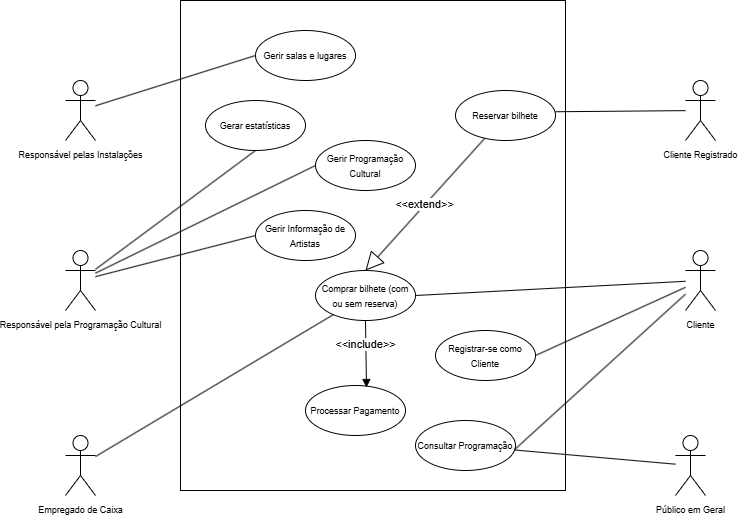
This is UML_Casos.drawio.png from leorsd/ESOF_UML, a draw.io export, as it was before one commit. Source tidied: cells renumbered, new cells last; positions are measured from the earlier drawing's top-left corner, leaving out a move shared by most shapes.
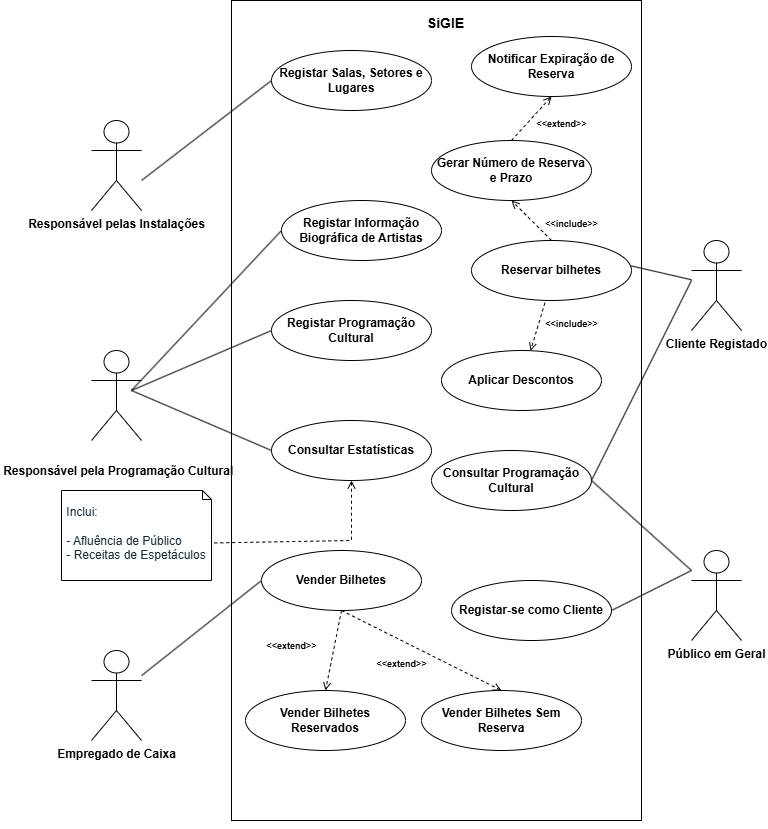
Later version of the same file.

Change to the diagram source:
```diff
@@ -2,89 +2,149 @@
   <root>
     <mxCell id="0" />
     <mxCell id="1" parent="0" />
-    <mxCell id="2" style="rounded=0;whiteSpace=wrap;html=1;direction=south;" parent="1" vertex="1">
-      <mxGeometry x="115" width="385" height="490" as="geometry" />
+    <mxCell id="2" style="rounded=0;whiteSpace=wrap;html=1;direction=south;labelBackgroundColor=none;" parent="1" vertex="1">
+      <mxGeometry x="140" y="150" width="410" height="820" as="geometry" />
     </mxCell>
-    <mxCell id="3" value="&lt;font style=&quot;font-size: 9px;&quot;&gt;Responsável pelas Instalações&lt;/font&gt;" style="shape=umlActor;verticalLabelPosition=bottom;verticalAlign=top;html=1;outlineConnect=0;" parent="1" vertex="1">
-      <mxGeometry y="80" width="30" height="60" as="geometry" />
+    <mxCell id="3" value="&lt;font&gt;&lt;b&gt;Responsável pelas Instalações&lt;/b&gt;&lt;/font&gt;" style="shape=umlActor;verticalLabelPosition=bottom;verticalAlign=top;html=1;outlineConnect=0;labelBackgroundColor=none;" parent="1" vertex="1">
+      <mxGeometry y="270" width="50" height="90" as="geometry" />
     </mxCell>
-    <mxCell id="4" value="&lt;font style=&quot;font-size: 9px;&quot;&gt;Responsável pela Programação Cultural&lt;/font&gt;" style="shape=umlActor;verticalLabelPosition=bottom;verticalAlign=top;html=1;outlineConnect=0;" parent="1" vertex="1">
-      <mxGeometry y="250" width="30" height="60" as="geometry" />
+    <mxCell id="4" value="&lt;h5&gt;&lt;font style=&quot;font-size: 12px;&quot;&gt;&amp;nbsp;Responsável pela Programação Cultural&lt;/font&gt;&lt;/h5&gt;" style="shape=umlActor;verticalLabelPosition=bottom;verticalAlign=top;html=1;outlineConnect=0;labelBackgroundColor=none;align=center;" parent="1" vertex="1">
+      <mxGeometry y="500" width="50" height="90" as="geometry" />
     </mxCell>
-    <mxCell id="5" value="&lt;font style=&quot;font-size: 9px;&quot;&gt;Cliente&lt;/font&gt;" style="shape=umlActor;verticalLabelPosition=bottom;verticalAlign=top;html=1;outlineConnect=0;" parent="1" vertex="1">
-      <mxGeometry x="620" y="250" width="30" height="60" as="geometry" />
-    </mxCell>
-    <mxCell id="6" value="&lt;font style=&quot;font-size: 9px;&quot;&gt;Empregado de Caixa&lt;/font&gt;" style="shape=umlActor;verticalLabelPosition=bottom;verticalAlign=top;html=1;outlineConnect=0;" parent="1" vertex="1">
-      <mxGeometry y="435" width="30" height="60" as="geometry" />
+    <mxCell id="6" value="&lt;font&gt;&lt;b&gt;Empregado de Caixa&lt;/b&gt;&lt;/font&gt;" style="shape=umlActor;verticalLabelPosition=bottom;verticalAlign=top;html=1;outlineConnect=0;labelBackgroundColor=none;" parent="1" vertex="1">
+      <mxGeometry y="800" width="50" height="90" as="geometry" />
     </mxCell>
-    <mxCell id="7" value="&lt;font style=&quot;font-size: 9px;&quot;&gt;Público em Geral&lt;/font&gt;" style="shape=umlActor;verticalLabelPosition=bottom;verticalAlign=top;html=1;outlineConnect=0;" parent="1" vertex="1">
-      <mxGeometry x="610" y="435" width="30" height="60" as="geometry" />
+    <mxCell id="7" value="&lt;font&gt;&lt;b&gt;Público em Geral&lt;/b&gt;&lt;/font&gt;" style="shape=umlActor;verticalLabelPosition=bottom;verticalAlign=top;html=1;outlineConnect=0;labelBackgroundColor=none;" parent="1" vertex="1">
+      <mxGeometry x="600" y="700" width="50" height="90" as="geometry" />
     </mxCell>
-    <mxCell id="8" value="&lt;font style=&quot;font-size: 9px;&quot;&gt;Gerir salas e lugares&lt;/font&gt;" style="ellipse;whiteSpace=wrap;html=1;" parent="1" vertex="1">
-      <mxGeometry x="190" y="30" width="100" height="50" as="geometry" />
+    <mxCell id="8" value="&lt;font&gt;&lt;b&gt;Registar Salas, Setores e Lugares&lt;/b&gt;&lt;/font&gt;" style="ellipse;whiteSpace=wrap;html=1;labelBackgroundColor=none;" parent="1" vertex="1">
+      <mxGeometry x="180" y="200" width="160" height="60" as="geometry" />
     </mxCell>
-    <mxCell id="9" value="&lt;font style=&quot;font-size: 9px;&quot;&gt;Gerir Programação Cultural&lt;/font&gt;" style="ellipse;whiteSpace=wrap;html=1;" parent="1" vertex="1">
-      <mxGeometry x="250" y="140" width="100" height="50" as="geometry" />
+    <mxCell id="9" value="&lt;font&gt;&lt;b&gt;Registar Programação Cultural&lt;/b&gt;&lt;/font&gt;" style="ellipse;whiteSpace=wrap;html=1;labelBackgroundColor=none;" parent="1" vertex="1">
+      <mxGeometry x="180" y="450" width="160" height="60" as="geometry" />
     </mxCell>
-    <mxCell id="10" value="&lt;font style=&quot;font-size: 9px;&quot;&gt;Gerir Informação de Artistas&lt;/font&gt;" style="ellipse;whiteSpace=wrap;html=1;" parent="1" vertex="1">
-      <mxGeometry x="190" y="210" width="100" height="50" as="geometry" />
+    <mxCell id="10" value="&lt;font&gt;&lt;b&gt;Registar Informação Biográfica de Artistas&lt;/b&gt;&lt;/font&gt;" style="ellipse;whiteSpace=wrap;html=1;labelBackgroundColor=none;" parent="1" vertex="1">
+      <mxGeometry x="190" y="350" width="160" height="60" as="geometry" />
     </mxCell>
-    <mxCell id="11" value="&lt;font style=&quot;font-size: 9px;&quot;&gt;Consultar Programação&lt;/font&gt;" style="ellipse;whiteSpace=wrap;html=1;" parent="1" vertex="1">
-      <mxGeometry x="350" y="420" width="100" height="50" as="geometry" />
-    </mxCell>
-    <mxCell id="12" value="&lt;font style=&quot;font-size: 9px;&quot;&gt;Registrar-se como Cliente&lt;/font&gt;" style="ellipse;whiteSpace=wrap;html=1;" parent="1" vertex="1">
-      <mxGeometry x="370" y="330" width="100" height="50" as="geometry" />
+    <mxCell id="12" value="&lt;font&gt;&lt;b style=&quot;&quot;&gt;Registar-se como Cliente&lt;/b&gt;&lt;/font&gt;" style="ellipse;whiteSpace=wrap;html=1;labelBackgroundColor=none;" parent="1" vertex="1">
+      <mxGeometry x="360" y="730" width="160" height="60" as="geometry" />
     </mxCell>
-    <mxCell id="13" value="&lt;font style=&quot;font-size: 9px;&quot;&gt;Reservar bilhete&lt;/font&gt;" style="ellipse;whiteSpace=wrap;html=1;" parent="1" vertex="1">
-      <mxGeometry x="390" y="90" width="100" height="50" as="geometry" />
+    <mxCell id="13" value="&lt;font&gt;&lt;b&gt;Reservar bilhetes&lt;/b&gt;&lt;/font&gt;" style="ellipse;whiteSpace=wrap;html=1;labelBackgroundColor=none;" parent="1" vertex="1">
+      <mxGeometry x="380" y="390" width="160" height="60" as="geometry" />
     </mxCell>
-    <mxCell id="14" value="&lt;font style=&quot;font-size: 9px;&quot;&gt;Comprar bilhete (com ou sem reserva)&lt;/font&gt;" style="ellipse;whiteSpace=wrap;html=1;" parent="1" vertex="1">
-      <mxGeometry x="250" y="270" width="100" height="50" as="geometry" />
-    </mxCell>
-    <mxCell id="15" value="&lt;font style=&quot;font-size: 9px;&quot;&gt;Gerar estatísticas&lt;/font&gt;" style="ellipse;whiteSpace=wrap;html=1;" parent="1" vertex="1">
-      <mxGeometry x="140" y="100" width="100" height="50" as="geometry" />
+    <mxCell id="15" value="&lt;font&gt;&lt;b&gt;Consultar Estatísticas&lt;/b&gt;&lt;/font&gt;" style="ellipse;whiteSpace=wrap;html=1;labelBackgroundColor=none;" parent="1" vertex="1">
+      <mxGeometry x="180" y="570" width="160" height="60" as="geometry" />
     </mxCell>
-    <mxCell id="16" style="endArrow=none;html=1;rounded=0;entryX=0;entryY=0.5;entryDx=0;entryDy=0;" parent="1" edge="1" source="3" target="8">
-      <mxGeometry relative="1" as="geometry" />
+    <mxCell id="16" style="endArrow=none;html=1;rounded=0;entryX=0;entryY=0.5;entryDx=0;entryDy=0;labelBackgroundColor=none;fontColor=default;" parent="1" edge="1" target="8">
+      <mxGeometry relative="1" as="geometry">
+        <mxPoint x="50" y="330" as="sourcePoint" />
+      </mxGeometry>
     </mxCell>
-    <mxCell id="17" style="endArrow=none;html=1;rounded=0;exitX=0;exitY=0.5;exitDx=0;exitDy=0;" parent="1" edge="1" source="9" target="4">
-      <mxGeometry relative="1" as="geometry" />
+    <mxCell id="17" style="endArrow=none;html=1;rounded=0;exitX=0;exitY=0.5;exitDx=0;exitDy=0;labelBackgroundColor=none;fontColor=default;" parent="1" edge="1" source="9">
+      <mxGeometry relative="1" as="geometry">
+        <mxPoint x="40" y="540" as="targetPoint" />
+      </mxGeometry>
     </mxCell>
-    <mxCell id="18" style="endArrow=none;html=1;rounded=0;exitX=0;exitY=0.5;exitDx=0;exitDy=0;" parent="1" edge="1" source="10" target="4">
-      <mxGeometry relative="1" as="geometry" />
+    <mxCell id="18" style="endArrow=none;html=1;rounded=0;exitX=0;exitY=0.5;exitDx=0;exitDy=0;labelBackgroundColor=none;fontColor=default;" parent="1" edge="1" source="10">
+      <mxGeometry relative="1" as="geometry">
+        <mxPoint x="40" y="540" as="targetPoint" />
+      </mxGeometry>
     </mxCell>
-    <mxCell id="19" style="endArrow=none;html=1;rounded=0;entryX=0.992;entryY=0.59;entryDx=0;entryDy=0;entryPerimeter=0;" parent="1" edge="1" source="7" target="11">
-      <mxGeometry relative="1" as="geometry" />
+    <mxCell id="19" style="endArrow=none;html=1;rounded=0;entryX=1;entryY=0.5;entryDx=0;entryDy=0;labelBackgroundColor=none;fontColor=default;" parent="1" edge="1" target="32">
+      <mxGeometry relative="1" as="geometry">
+        <mxPoint x="600" y="720" as="sourcePoint" />
+      </mxGeometry>
     </mxCell>
-    <mxCell id="20" style="endArrow=none;html=1;rounded=0;exitX=1;exitY=0.5;exitDx=0;exitDy=0;" parent="1" edge="1" source="12" target="5">
-      <mxGeometry relative="1" as="geometry" />
-    </mxCell>
-    <mxCell id="21" value="&lt;font style=&quot;font-size: 9px;&quot;&gt;Cliente Registrado&lt;/font&gt;" style="shape=umlActor;verticalLabelPosition=bottom;verticalAlign=top;html=1;outlineConnect=0;" parent="1" vertex="1">
-      <mxGeometry x="620" y="80" width="30" height="60" as="geometry" />
+    <mxCell id="21" value="&lt;font&gt;&lt;b&gt;Cliente Registado&lt;/b&gt;&lt;/font&gt;" style="shape=umlActor;verticalLabelPosition=bottom;verticalAlign=top;html=1;outlineConnect=0;labelBackgroundColor=none;" parent="1" vertex="1">
+      <mxGeometry x="600" y="390" width="50" height="90" as="geometry" />
     </mxCell>
-    <mxCell id="22" style="endArrow=none;html=1;rounded=0;entryX=1;entryY=0.425;entryDx=0;entryDy=0;entryPerimeter=0;" parent="1" edge="1" source="21" target="13">
+    <mxCell id="22" style="endArrow=none;html=1;rounded=0;entryX=1;entryY=0.425;entryDx=0;entryDy=0;entryPerimeter=0;labelBackgroundColor=none;fontColor=default;" parent="1" edge="1" source="21" target="13">
       <mxGeometry relative="1" as="geometry" />
     </mxCell>
-    <mxCell id="23" style="endArrow=none;html=1;rounded=0;exitX=1;exitY=0.5;exitDx=0;exitDy=0;" parent="1" edge="1" source="14" target="5">
-      <mxGeometry relative="1" as="geometry" />
-    </mxCell>
-    <mxCell id="24" style="endArrow=none;html=1;rounded=0;" parent="1" edge="1" source="6" target="14">
+    <mxCell id="24" style="endArrow=none;html=1;rounded=0;labelBackgroundColor=none;fontColor=default;entryX=0;entryY=0.5;entryDx=0;entryDy=0;" parent="1" edge="1" source="6" target="30">
       <mxGeometry relative="1" as="geometry" />
     </mxCell>
-    <mxCell id="25" style="endArrow=none;html=1;rounded=0;entryX=0.5;entryY=1;entryDx=0;entryDy=0;" parent="1" edge="1" source="4" target="15">
-      <mxGeometry relative="1" as="geometry" />
+    <mxCell id="25" style="endArrow=none;html=1;rounded=0;entryX=0;entryY=0.5;entryDx=0;entryDy=0;labelBackgroundColor=none;fontColor=default;" parent="1" edge="1" target="15">
+      <mxGeometry relative="1" as="geometry">
+        <mxPoint x="40" y="540" as="sourcePoint" />
+      </mxGeometry>
     </mxCell>
-    <mxCell id="26" value="&lt;font style=&quot;font-size: 9px;&quot;&gt;Processar Pagamento&lt;/font&gt;" style="ellipse;whiteSpace=wrap;html=1;" parent="1" vertex="1">
-      <mxGeometry x="240" y="385" width="100" height="50" as="geometry" />
-    </mxCell>
-    <mxCell id="27" value="&amp;lt;&amp;lt;extend&amp;gt;&amp;gt;" style="endArrow=block;endSize=16;endFill=0;html=1;rounded=0;entryX=0.5;entryY=0;entryDx=0;entryDy=0;" parent="1" edge="1" source="13" target="14">
-      <mxGeometry relative="1" as="geometry" />
-    </mxCell>
-    <mxCell id="28" value="&amp;lt;&amp;lt;include&amp;gt;&amp;gt;" style="html=1;verticalAlign=bottom;endArrow=block;curved=0;rounded=0;exitX=0.5;exitY=1;exitDx=0;exitDy=0;entryX=0.61;entryY=0.04;entryDx=0;entryDy=0;entryPerimeter=0;" parent="1" edge="1" source="14" target="26">
-      <mxGeometry relative="1" as="geometry" />
-    </mxCell>
-    <mxCell id="29" style="endArrow=none;html=1;rounded=0;exitX=0.993;exitY=0.578;exitDx=0;exitDy=0;exitPerimeter=0;" parent="1" edge="1" source="11" target="5">
-      <mxGeometry relative="1" as="geometry" />
-    </mxCell>
+    <mxCell id="30" value="&lt;font&gt;&lt;b&gt;Vender Bilhetes&lt;/b&gt;&lt;/font&gt;" style="ellipse;whiteSpace=wrap;html=1;labelBackgroundColor=none;" parent="1" vertex="1">
+      <mxGeometry x="170" y="700" width="160" height="60" as="geometry" />
+    </mxCell>
+    <mxCell id="31" style="edgeStyle=orthogonalEdgeStyle;rounded=0;orthogonalLoop=1;jettySize=auto;html=1;exitX=1;exitY=0.5;exitDx=0;exitDy=0;fontColor=default;labelBackgroundColor=none;" parent="1" edge="1" source="2" target="2">
+      <mxGeometry relative="1" as="geometry" />
+    </mxCell>
+    <mxCell id="32" value="&lt;b&gt;Consultar Programação Cultural&lt;/b&gt;" style="ellipse;whiteSpace=wrap;html=1;labelBackgroundColor=none;" parent="1" vertex="1">
+      <mxGeometry x="340" y="600" width="160" height="60" as="geometry" />
+    </mxCell>
+    <mxCell id="33" value="&lt;b&gt;Aplicar Descontos&lt;/b&gt;" style="ellipse;whiteSpace=wrap;html=1;labelBackgroundColor=none;" parent="1" vertex="1">
+      <mxGeometry x="350" y="500" width="160" height="60" as="geometry" />
+    </mxCell>
+    <mxCell id="34" value="&lt;b&gt;Gerar Número de Reserva e Prazo&lt;/b&gt;" style="ellipse;whiteSpace=wrap;html=1;labelBackgroundColor=none;" parent="1" vertex="1">
+      <mxGeometry x="340" y="290" width="160" height="60" as="geometry" />
+    </mxCell>
+    <mxCell id="35" style="endArrow=open;dashed=1;endFill=0;html=1;rounded=0;fontColor=default;exitX=0.459;exitY=1.038;exitDx=0;exitDy=0;exitPerimeter=0;labelBackgroundColor=none;" parent="1" edge="1" source="13" target="33">
+      <mxGeometry relative="1" as="geometry" />
+    </mxCell>
+    <mxCell id="36" value="&lt;font style=&quot;font-size: 9px;&quot;&gt;&amp;lt;&amp;lt;include&amp;gt;&amp;gt;&lt;/font&gt;" style="text;align=center;fontStyle=1;verticalAlign=middle;spacingLeft=3;spacingRight=3;strokeColor=none;html=1;labelBackgroundColor=none;" parent="1" vertex="1">
+      <mxGeometry x="440" y="460" width="80" height="26" as="geometry" />
+    </mxCell>
+    <mxCell id="37" value="&lt;div style=&quot;text-align: left;&quot;&gt;&lt;span style=&quot;background-color: transparent; color: light-dark(rgb(24, 46, 62), rgb(185, 204, 218));&quot;&gt;Inclui:&lt;/span&gt;&lt;/div&gt;&lt;div style=&quot;text-align: left;&quot;&gt;&lt;span style=&quot;background-color: transparent; color: light-dark(rgb(24, 46, 62), rgb(185, 204, 218));&quot;&gt;&amp;nbsp;&lt;/span&gt;&lt;/div&gt;&lt;div style=&quot;text-align: left;&quot;&gt;&lt;span style=&quot;background-color: transparent; color: light-dark(rgb(24, 46, 62), rgb(185, 204, 218));&quot; class=&quot;hljs-deletion&quot;&gt;- Afluência de Público&lt;/span&gt;&lt;span style=&quot;background-color: transparent; color: light-dark(rgb(24, 46, 62), rgb(185, 204, 218));&quot;&gt;&lt;br&gt;&lt;/span&gt;&lt;span style=&quot;background-color: transparent; color: light-dark(rgb(24, 46, 62), rgb(185, 204, 218));&quot; class=&quot;hljs-deletion&quot;&gt;- Receitas de Espetáculos&lt;/span&gt;&lt;/div&gt;" style="shape=note2;boundedLbl=1;whiteSpace=wrap;html=1;size=9;verticalAlign=top;align=center;labelBackgroundColor=none;" parent="1" vertex="1">
+      <mxGeometry x="-30" y="640" width="150" height="90" as="geometry" />
+    </mxCell>
+    <mxCell id="38" style="endArrow=none;dashed=1;endFill=0;html=1;rounded=0;fontColor=default;startFill=0;entryX=0;entryY=0;entryDx=150;entryDy=52.5;entryPerimeter=0;labelBackgroundColor=none;startArrow=open;" parent="1" edge="1" source="15" target="37">
+      <mxGeometry relative="1" as="geometry">
+        <Array as="points">
+          <mxPoint x="260" y="690" />
+        </Array>
+      </mxGeometry>
+    </mxCell>
+    <mxCell id="39" style="endArrow=open;dashed=1;endFill=0;html=1;rounded=0;fontColor=default;exitX=0.5;exitY=0;exitDx=0;exitDy=0;labelBackgroundColor=none;entryX=0.5;entryY=1;entryDx=0;entryDy=0;" parent="1" edge="1" source="13" target="34">
+      <mxGeometry relative="1" as="geometry" />
+    </mxCell>
+    <mxCell id="40" value="&lt;font style=&quot;font-size: 9px;&quot;&gt;&amp;lt;&amp;lt;include&amp;gt;&amp;gt;&lt;/font&gt;" style="text;align=center;fontStyle=1;verticalAlign=middle;spacingLeft=3;spacingRight=3;strokeColor=none;html=1;labelBackgroundColor=none;" parent="1" vertex="1">
+      <mxGeometry x="440" y="360" width="80" height="26" as="geometry" />
+    </mxCell>
+    <mxCell id="41" value="&lt;font&gt;&lt;b&gt;Vender Bilhetes Reservados&lt;/b&gt;&lt;/font&gt;" style="ellipse;whiteSpace=wrap;html=1;labelBackgroundColor=none;" parent="1" vertex="1">
+      <mxGeometry x="154" y="840" width="160" height="60" as="geometry" />
+    </mxCell>
+    <mxCell id="42" value="&lt;font&gt;&lt;b&gt;Vender Bilhetes Sem Reserva&lt;/b&gt;&lt;/font&gt;" style="ellipse;whiteSpace=wrap;html=1;labelBackgroundColor=none;" parent="1" vertex="1">
+      <mxGeometry x="330" y="840" width="160" height="60" as="geometry" />
+    </mxCell>
+    <mxCell id="43" style="endArrow=open;dashed=1;endFill=0;html=1;rounded=0;fontColor=default;exitX=0.5;exitY=1;exitDx=0;exitDy=0;labelBackgroundColor=none;entryX=0.5;entryY=0;entryDx=0;entryDy=0;" parent="1" edge="1" source="30" target="41">
+      <mxGeometry relative="1" as="geometry" />
+    </mxCell>
+    <mxCell id="44" style="endArrow=open;dashed=1;endFill=0;html=1;rounded=0;fontColor=default;labelBackgroundColor=none;entryX=0.5;entryY=0;entryDx=0;entryDy=0;exitX=0.5;exitY=1;exitDx=0;exitDy=0;" parent="1" edge="1" source="30" target="42">
+      <mxGeometry relative="1" as="geometry" />
+    </mxCell>
+    <mxCell id="45" value="&lt;font style=&quot;font-size: 9px;&quot;&gt;&amp;lt;&amp;lt;extend&amp;gt;&amp;gt;&lt;/font&gt;" style="text;align=center;fontStyle=1;verticalAlign=middle;spacingLeft=3;spacingRight=3;strokeColor=none;html=1;labelBackgroundColor=none;" parent="1" vertex="1">
+      <mxGeometry x="160" y="782" width="80" height="26" as="geometry" />
+    </mxCell>
+    <mxCell id="46" value="&lt;font style=&quot;font-size: 9px;&quot;&gt;&amp;lt;&amp;lt;extend&amp;gt;&amp;gt;&lt;/font&gt;" style="text;align=center;fontStyle=1;verticalAlign=middle;spacingLeft=3;spacingRight=3;strokeColor=none;html=1;labelBackgroundColor=none;" parent="1" vertex="1">
+      <mxGeometry x="270" y="800" width="80" height="26" as="geometry" />
+    </mxCell>
+    <mxCell id="47" value="&lt;font style=&quot;font-size: 14px;&quot;&gt;SiGIE&lt;/font&gt;" style="text;align=center;fontStyle=1;verticalAlign=middle;spacingLeft=3;spacingRight=3;strokeColor=none;html=1;" parent="1" vertex="1">
+      <mxGeometry x="314" y="160" width="80" height="26" as="geometry" />
+    </mxCell>
+    <mxCell id="48" value="&lt;b&gt;Notificar Expiração de Reserva&lt;/b&gt;" style="ellipse;whiteSpace=wrap;html=1;labelBackgroundColor=none;" parent="1" vertex="1">
+      <mxGeometry x="380" y="186" width="160" height="60" as="geometry" />
+    </mxCell>
+    <mxCell id="49" style="endArrow=open;dashed=1;endFill=0;html=1;rounded=0;fontColor=default;exitX=0.5;exitY=0;exitDx=0;exitDy=0;labelBackgroundColor=none;entryX=0.5;entryY=1;entryDx=0;entryDy=0;" parent="1" edge="1" source="34" target="48">
+      <mxGeometry relative="1" as="geometry" />
+    </mxCell>
+    <mxCell id="50" value="&lt;font style=&quot;font-size: 9px;&quot;&gt;&amp;lt;&amp;lt;extend&amp;gt;&amp;gt;&lt;/font&gt;" style="text;align=center;fontStyle=1;verticalAlign=middle;spacingLeft=3;spacingRight=3;strokeColor=none;html=1;labelBackgroundColor=none;" parent="1" vertex="1">
+      <mxGeometry x="430" y="260" width="80" height="26" as="geometry" />
+    </mxCell>
+    <mxCell id="51" style="endArrow=none;html=1;rounded=0;entryX=1;entryY=0.5;entryDx=0;entryDy=0;labelBackgroundColor=none;fontColor=default;" parent="1" edge="1" target="32">
+      <mxGeometry relative="1" as="geometry">
+        <mxPoint x="600" y="430" as="sourcePoint" />
+      </mxGeometry>
+    </mxCell>
+    <mxCell id="52" style="endArrow=none;html=1;rounded=0;entryX=1;entryY=0.5;entryDx=0;entryDy=0;labelBackgroundColor=none;fontColor=default;" parent="1" edge="1" target="12">
+      <mxGeometry relative="1" as="geometry">
+        <mxPoint x="600" y="720" as="sourcePoint" />
+      </mxGeometry>
+    </mxCell>
   </root>
 </mxGraphModel>
```
